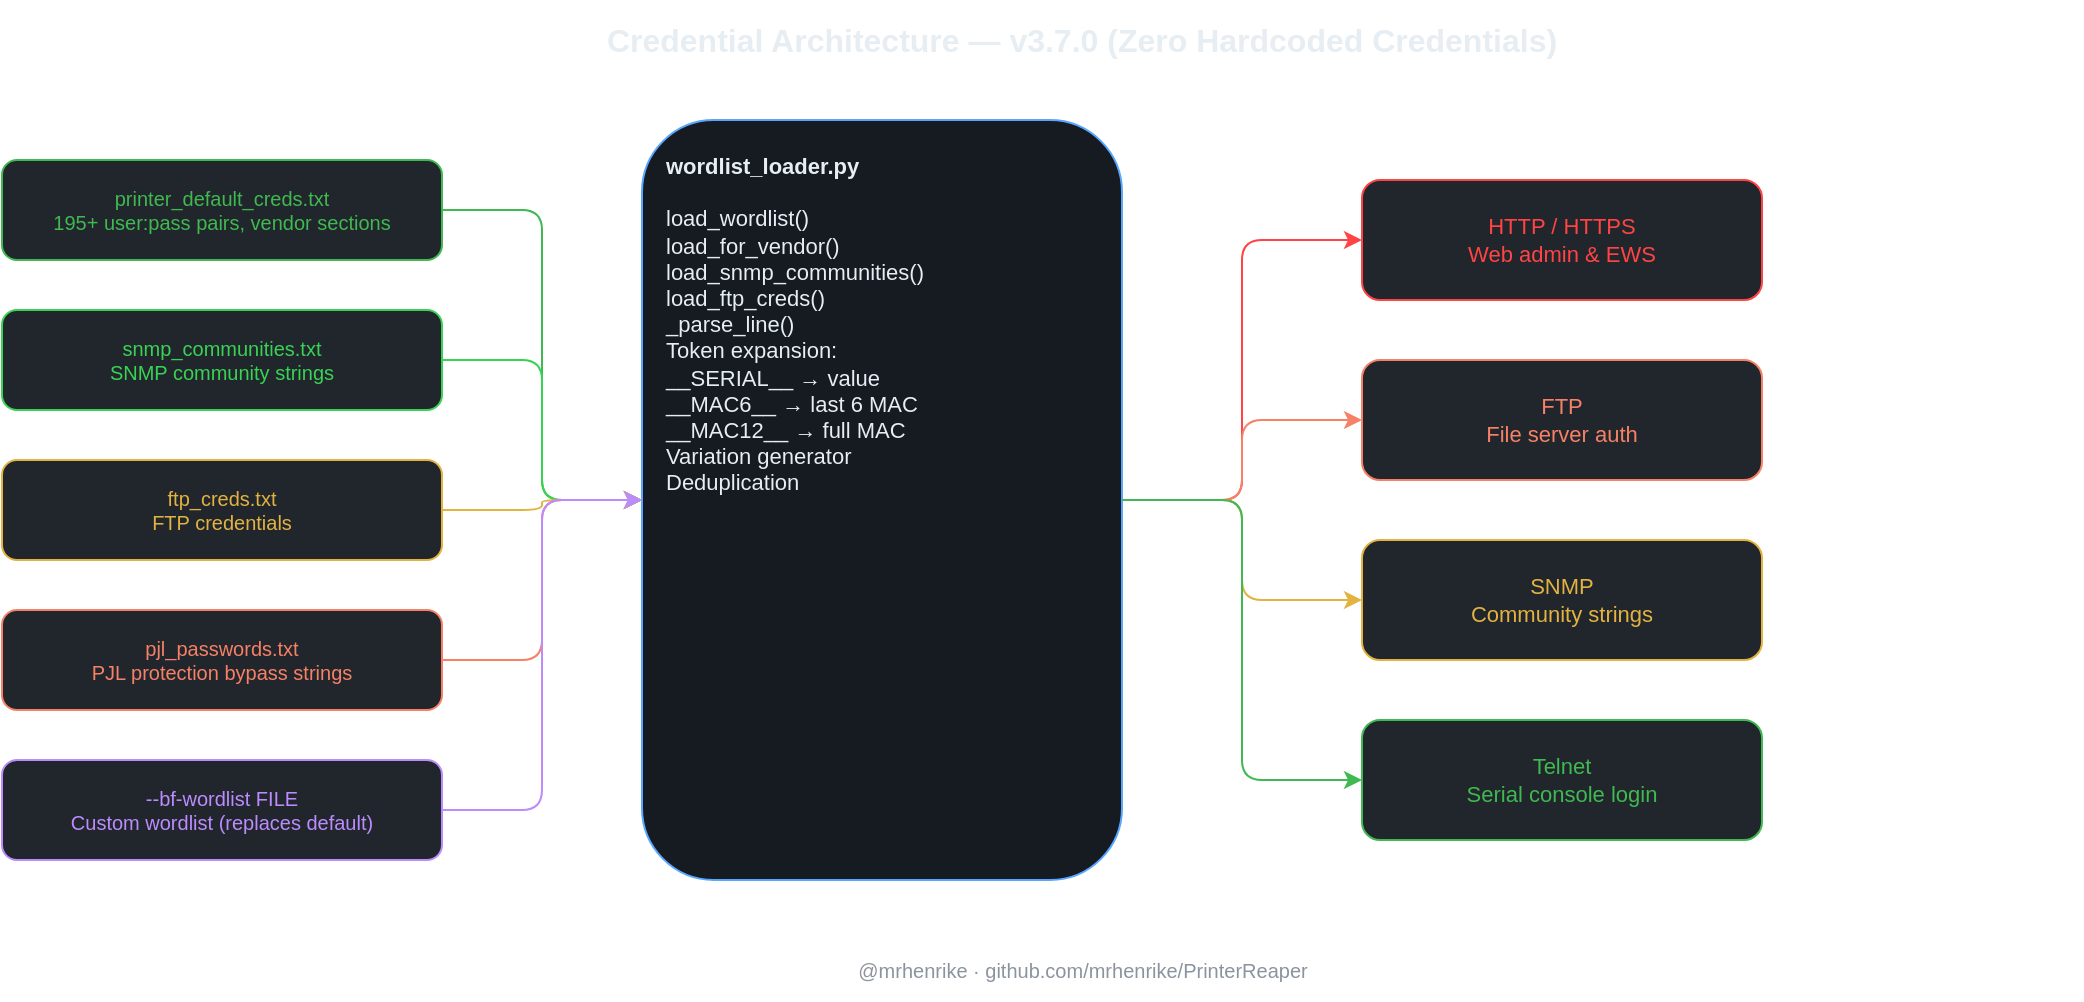
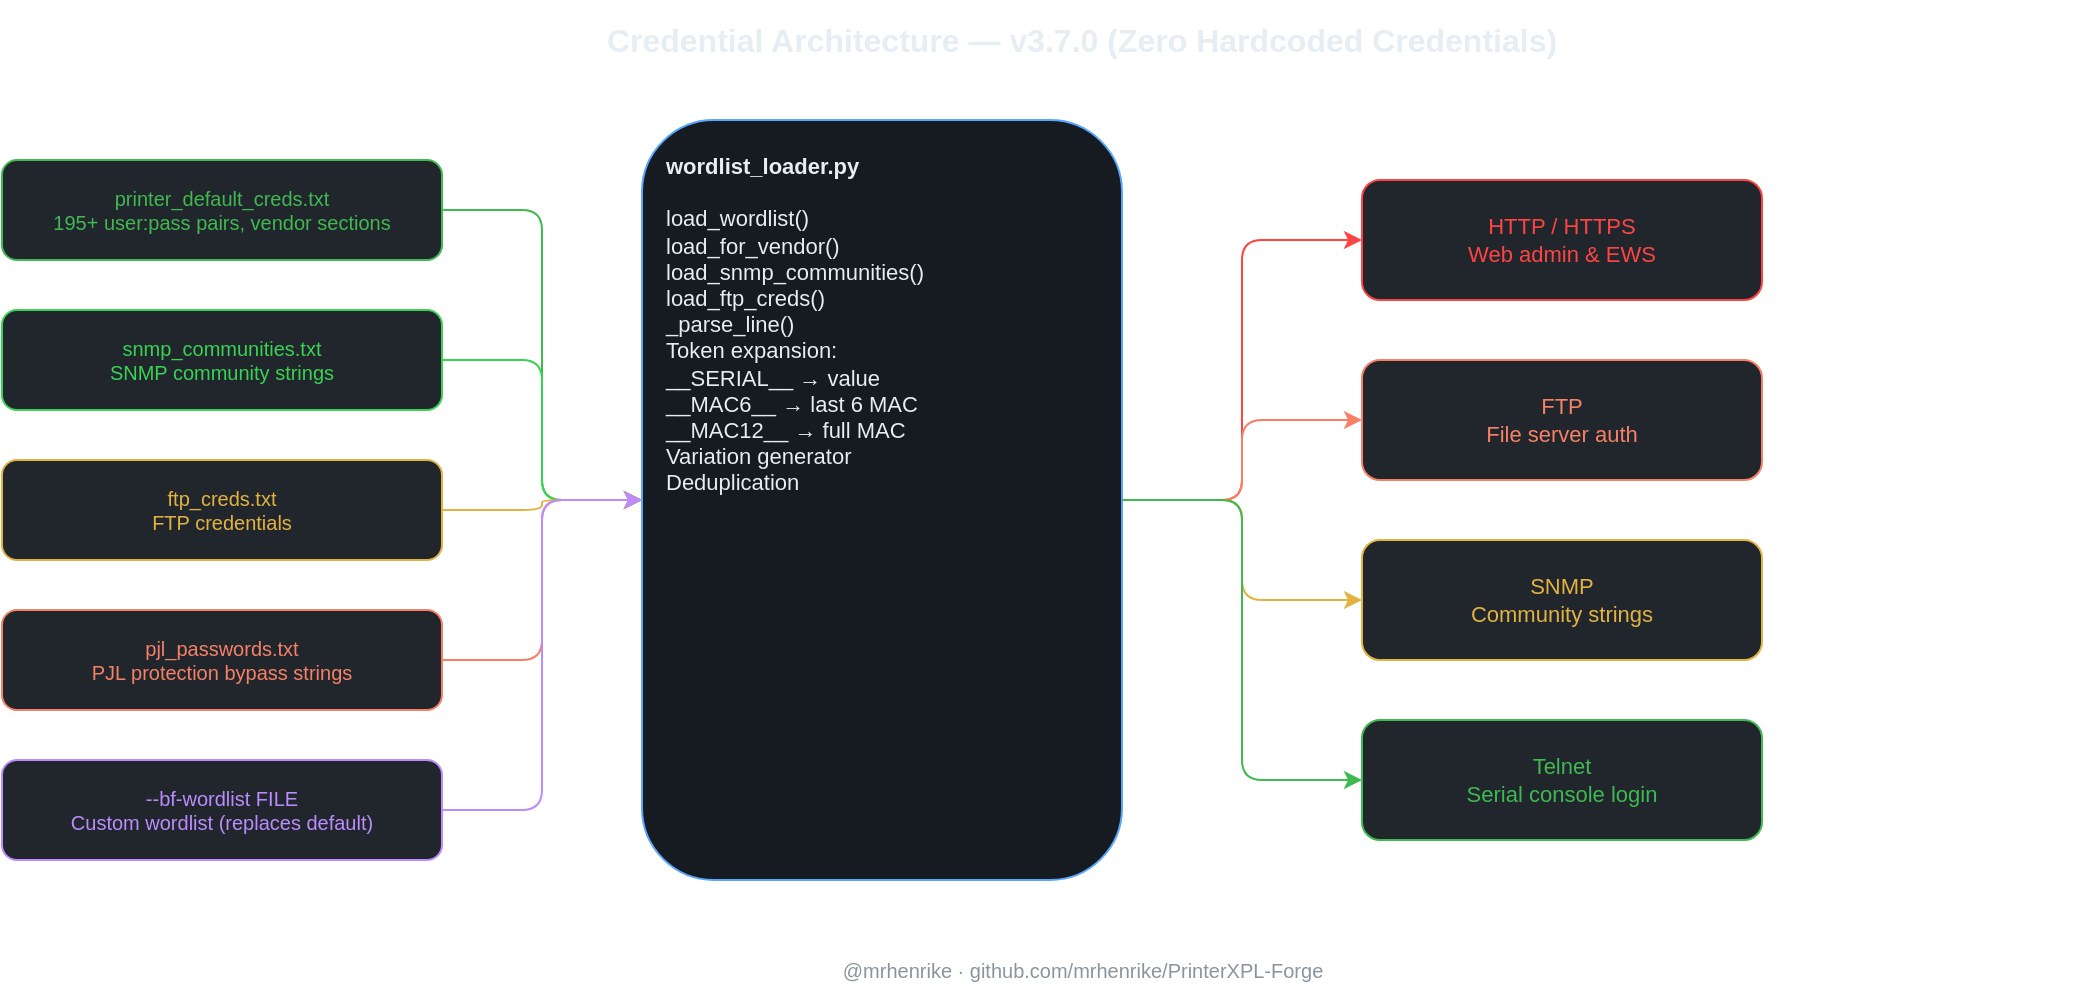
- <mxfile host="diagrams.net" modified="2026-03-25" agent="PrinterReaper" version="21.0.0">
+ <mxfile host="diagrams.net" modified="2026-03-25" agent="PrinterXPL-Forge" version="21.0.0">
  <diagram id="credflow" name="Credential Architecture">
    <mxGraphModel dx="1422" dy="762" grid="1" gridSize="10" guides="1" tooltips="1" connect="1" arrows="1" fold="1" page="1" pageScale="1" pageWidth="1169" pageHeight="827" math="0" shadow="0">
      <root>
        <mxCell id="0" />
        <mxCell id="1" parent="0" />

        <!-- Title -->
        <mxCell id="title" value="Credential Architecture — v3.7.0 (Zero Hardcoded Credentials)" style="text;html=1;strokeColor=none;fillColor=none;align=center;verticalAlign=middle;whiteSpace=wrap;rounded=0;fontSize=16;fontColor=#E6EDF3;fontStyle=1;" vertex="1" parent="1">
          <mxGeometry x="80" y="20" width="1000" height="40" as="geometry" />
        </mxCell>

        <!-- Wordlist Files -->
        <mxCell id="wl1" value="printer_default_creds.txt&#xa;195+ user:pass pairs, vendor sections" style="rounded=1;whiteSpace=wrap;html=1;fillColor=#21262d;strokeColor=#3fb950;fontColor=#3fb950;fontSize=10;" vertex="1" parent="1">
          <mxGeometry x="40" y="100" width="220" height="50" as="geometry" />
        </mxCell>
        <mxCell id="wl2" value="snmp_communities.txt&#xa;SNMP community strings" style="rounded=1;whiteSpace=wrap;html=1;fillColor=#21262d;strokeColor=#39d353;fontColor=#39d353;fontSize=10;" vertex="1" parent="1">
          <mxGeometry x="40" y="175" width="220" height="50" as="geometry" />
        </mxCell>
        <mxCell id="wl3" value="ftp_creds.txt&#xa;FTP credentials" style="rounded=1;whiteSpace=wrap;html=1;fillColor=#21262d;strokeColor=#e3b341;fontColor=#e3b341;fontSize=10;" vertex="1" parent="1">
          <mxGeometry x="40" y="250" width="220" height="50" as="geometry" />
        </mxCell>
        <mxCell id="wl4" value="pjl_passwords.txt&#xa;PJL protection bypass strings" style="rounded=1;whiteSpace=wrap;html=1;fillColor=#21262d;strokeColor=#f78166;fontColor=#f78166;fontSize=10;" vertex="1" parent="1">
          <mxGeometry x="40" y="325" width="220" height="50" as="geometry" />
        </mxCell>
        <mxCell id="wl5" value="--bf-wordlist FILE&#xa;Custom wordlist (replaces default)" style="rounded=1;whiteSpace=wrap;html=1;fillColor=#21262d;strokeColor=#bc8cff;fontColor=#bc8cff;fontSize=10;" vertex="1" parent="1">
          <mxGeometry x="40" y="400" width="220" height="50" as="geometry" />
        </mxCell>

        <!-- wordlist_loader.py -->
        <mxCell id="loader" value="&lt;b&gt;wordlist_loader.py&lt;/b&gt;&#xa;&#xa;load_wordlist()&#xa;load_for_vendor()&#xa;load_snmp_communities()&#xa;load_ftp_creds()&#xa;_parse_line()&#xa;Token expansion:&#xa;  __SERIAL__ → value&#xa;  __MAC6__ → last 6 MAC&#xa;  __MAC12__ → full MAC&#xa;Variation generator&#xa;Deduplication" style="rounded=1;whiteSpace=wrap;html=1;fillColor=#161b22;strokeColor=#58a6ff;fontColor=#E6EDF3;fontSize=11;align=left;verticalAlign=top;spacingLeft=10;spacingTop=10;" vertex="1" parent="1">
          <mxGeometry x="360" y="80" width="240" height="380" as="geometry" />
        </mxCell>

        <!-- Arrows from wordlists to loader -->
        <mxCell id="a1" style="edgeStyle=orthogonalEdgeStyle;strokeColor=#3fb950;" edge="1" source="wl1" target="loader" parent="1"><mxGeometry relative="1" as="geometry" /></mxCell>
        <mxCell id="a2" style="edgeStyle=orthogonalEdgeStyle;strokeColor=#39d353;" edge="1" source="wl2" target="loader" parent="1"><mxGeometry relative="1" as="geometry" /></mxCell>
        <mxCell id="a3" style="edgeStyle=orthogonalEdgeStyle;strokeColor=#e3b341;" edge="1" source="wl3" target="loader" parent="1"><mxGeometry relative="1" as="geometry" /></mxCell>
        <mxCell id="a4" style="edgeStyle=orthogonalEdgeStyle;strokeColor=#f78166;" edge="1" source="wl4" target="loader" parent="1"><mxGeometry relative="1" as="geometry" /></mxCell>
        <mxCell id="a5" style="edgeStyle=orthogonalEdgeStyle;strokeColor=#bc8cff;" edge="1" source="wl5" target="loader" parent="1"><mxGeometry relative="1" as="geometry" /></mxCell>

        <!-- Brute-force targets -->
        <mxCell id="t1" value="HTTP / HTTPS&#xa;Web admin &amp; EWS" style="rounded=1;whiteSpace=wrap;html=1;fillColor=#21262d;strokeColor=#ff4444;fontColor=#ff4444;fontSize=11;" vertex="1" parent="1">
          <mxGeometry x="720" y="110" width="200" height="60" as="geometry" />
        </mxCell>
        <mxCell id="t2" value="FTP&#xa;File server auth" style="rounded=1;whiteSpace=wrap;html=1;fillColor=#21262d;strokeColor=#f78166;fontColor=#f78166;fontSize=11;" vertex="1" parent="1">
          <mxGeometry x="720" y="200" width="200" height="60" as="geometry" />
        </mxCell>
        <mxCell id="t3" value="SNMP&#xa;Community strings" style="rounded=1;whiteSpace=wrap;html=1;fillColor=#21262d;strokeColor=#e3b341;fontColor=#e3b341;fontSize=11;" vertex="1" parent="1">
          <mxGeometry x="720" y="290" width="200" height="60" as="geometry" />
        </mxCell>
        <mxCell id="t4" value="Telnet&#xa;Serial console login" style="rounded=1;whiteSpace=wrap;html=1;fillColor=#21262d;strokeColor=#3fb950;fontColor=#3fb950;fontSize=11;" vertex="1" parent="1">
          <mxGeometry x="720" y="380" width="200" height="60" as="geometry" />
        </mxCell>

        <!-- Arrows from loader to targets -->
        <mxCell id="b1" style="edgeStyle=orthogonalEdgeStyle;strokeColor=#ff4444;" edge="1" source="loader" target="t1" parent="1"><mxGeometry relative="1" as="geometry" /></mxCell>
        <mxCell id="b2" style="edgeStyle=orthogonalEdgeStyle;strokeColor=#f78166;" edge="1" source="loader" target="t2" parent="1"><mxGeometry relative="1" as="geometry" /></mxCell>
        <mxCell id="b3" style="edgeStyle=orthogonalEdgeStyle;strokeColor=#e3b341;" edge="1" source="loader" target="t3" parent="1"><mxGeometry relative="1" as="geometry" /></mxCell>
        <mxCell id="b4" style="edgeStyle=orthogonalEdgeStyle;strokeColor=#3fb950;" edge="1" source="loader" target="t4" parent="1"><mxGeometry relative="1" as="geometry" /></mxCell>

        <!-- Footer -->
-         <mxCell id="footer" value="@mrhenrike · github.com/mrhenrike/PrinterReaper" style="text;html=1;strokeColor=none;fillColor=none;align=center;verticalAlign=middle;fontSize=10;fontColor=#8b949e;" vertex="1" parent="1">
+         <mxCell id="footer" value="@mrhenrike · github.com/mrhenrike/PrinterXPL-Forge" style="text;html=1;strokeColor=none;fillColor=none;align=center;verticalAlign=middle;fontSize=10;fontColor=#8b949e;" vertex="1" parent="1">
          <mxGeometry x="80" y="490" width="1000" height="30" as="geometry" />
        </mxCell>
      </root>
    </mxGraphModel>
  </diagram>
</mxfile>
